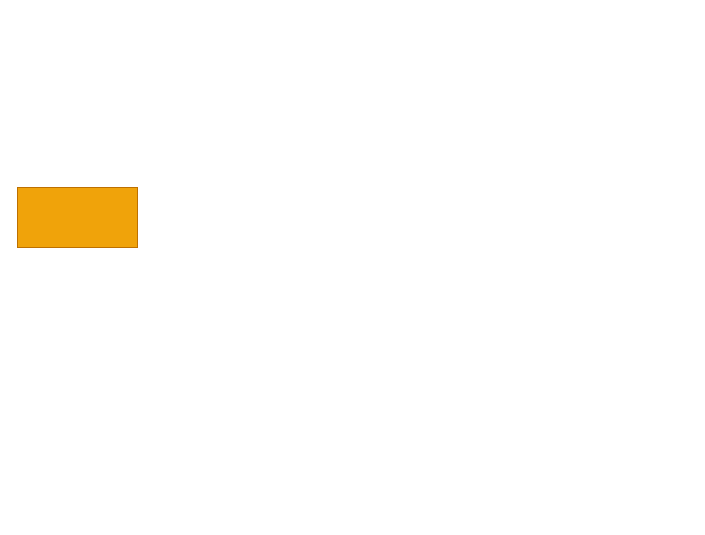
Before: Untitled Diagram.drawio in apple54whn/assets, a draw.io diagram. Source tidied: cells renumbered, new cells numbered last; positions are measured from the earlier drawing's top-left corner, leaving out a move shared by most shapes. Both pictures are drawn from the tidied source at 100%, with x=0, y=0 at pixel (17, 187).
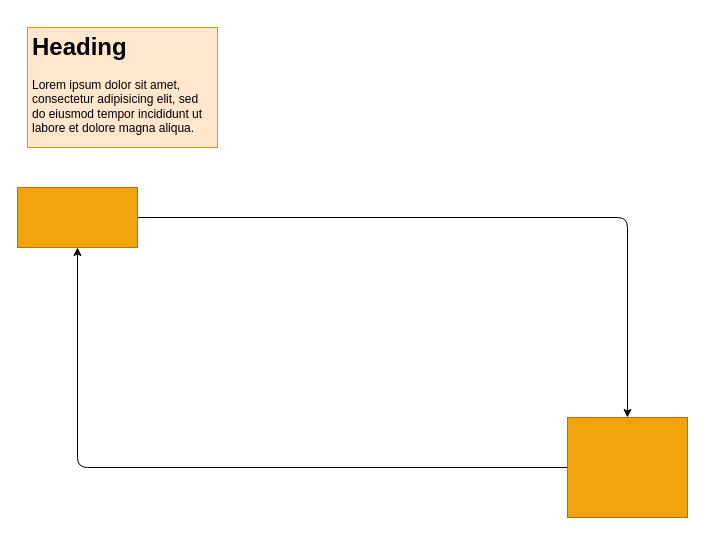
Above is the later version.

Change to the diagram source:
```diff
@@
 <mxGraphModel>
   <root>
     <mxCell id="0" />
     <mxCell id="1" parent="0" />
+    <mxCell id="3" style="edgeStyle=orthogonalEdgeStyle;jettySize=auto;html=1;jumpStyle=none;" parent="1" edge="1" source="2" target="5">
+      <mxGeometry relative="1" as="geometry" />
+    </mxCell>
-    <mxCell id="2" style="rounded=0;whiteSpace=wrap;html=1;fillColor=#f0a30a;strokeColor=#BD7000;fontColor=#ffffff;" parent="1" vertex="1">
+    <mxCell id="2" style="whiteSpace=wrap;html=1;fillColor=#f0a30a;strokeColor=#BD7000;fontColor=#ffffff;" parent="1" vertex="1">
       <mxGeometry width="120" height="60" as="geometry" />
     </mxCell>
+    <mxCell id="4" style="edgeStyle=orthogonalEdgeStyle;jettySize=auto;html=1;entryX=0.5;entryY=1;entryDx=0;entryDy=0;" parent="1" edge="1" source="5" target="2">
+      <mxGeometry relative="1" as="geometry" />
+    </mxCell>
+    <mxCell id="5" style="whiteSpace=wrap;html=1;fillColor=#f0a30a;strokeColor=#BD7000;fontColor=#ffffff;" parent="1" vertex="1">
+      <mxGeometry x="550" y="230" width="120" height="100" as="geometry" />
+    </mxCell>
+    <mxCell id="6" value="&lt;h1&gt;Heading&lt;/h1&gt;&lt;p&gt;Lorem ipsum dolor sit amet, consectetur adipisicing elit, sed do eiusmod tempor incididunt ut labore et dolore magna aliqua.&lt;/p&gt;" style="text;html=1;strokeColor=#d79b00;fillColor=#ffe6cc;spacing=5;spacingTop=-20;whiteSpace=wrap;overflow=hidden;" parent="1" vertex="1">
+      <mxGeometry x="10" y="-160" width="190" height="120" as="geometry" />
+    </mxCell>
   </root>
 </mxGraphModel>
```
